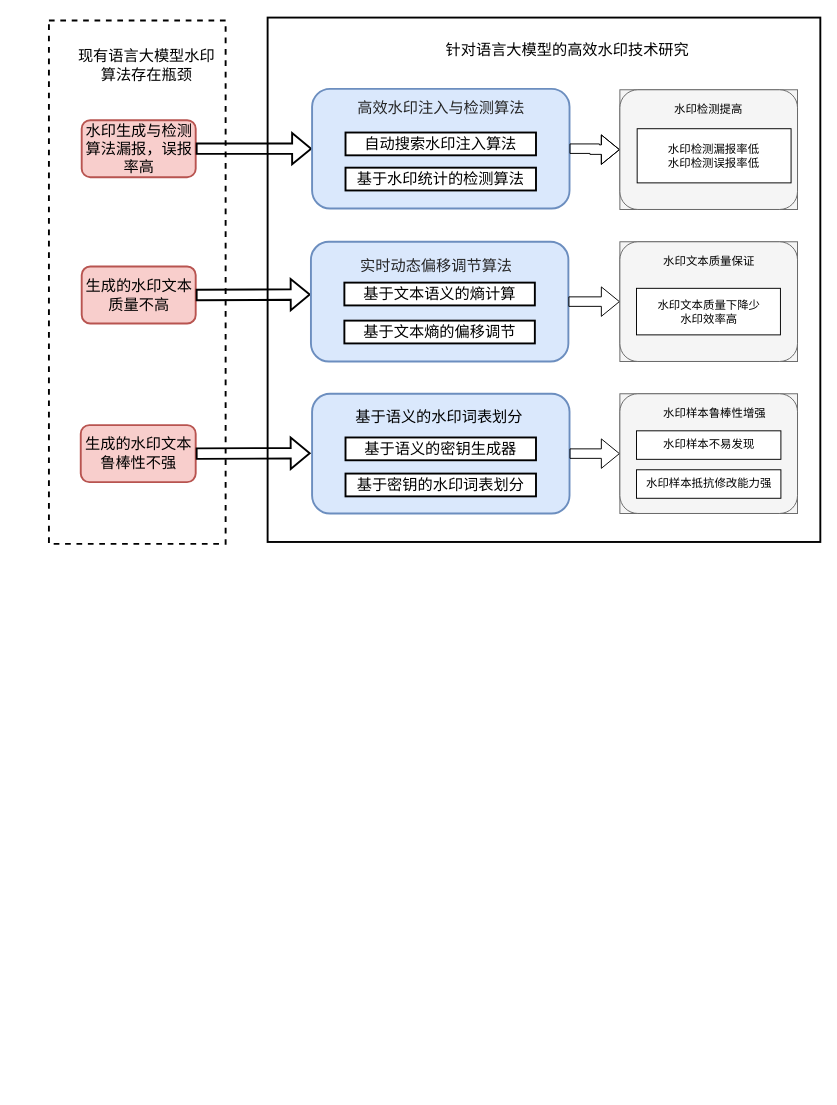
Icathian-Rain/process_maps keeps this draw.io diagram as watermark1118.drawio. Above is the earlier version. Source tidied: cells renumbered, new cells numbered last; positions are measured from the earlier drawing's top-left corner, leaving out a move shared by most shapes. Both pictures are drawn from the tidied source at 95%, with x=0, y=0 at pixel (48, 17). Pictures stored in the file or linked from it are replaced by grey dashed boxes.
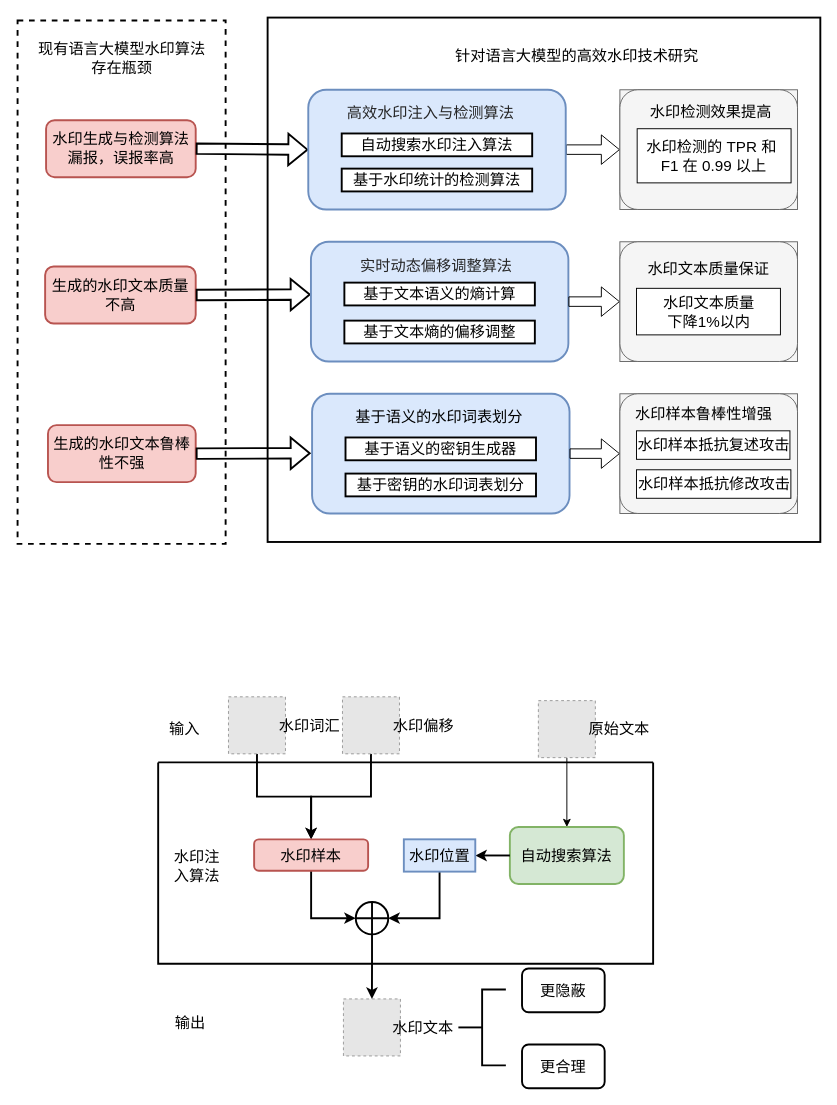
The same page after the edit.

Unchanged cells that the change refers to:
```xml
<mxCell id="22" style="rounded=1;whiteSpace=wrap;html=1;fontSize=16;fillColor=#dae8fc;strokeColor=#6c8ebf;strokeWidth=2;fontFamily=Times New Roman;" parent="21" vertex="1">
  <mxGeometry width="271" height="126" as="geometry" />
</mxCell>
<mxCell id="27" style="rounded=1;whiteSpace=wrap;html=1;fontSize=16;fillColor=#dae8fc;strokeColor=#6c8ebf;strokeWidth=2;fontFamily=Times New Roman;" parent="26" vertex="1">
  <mxGeometry width="271" height="126" as="geometry" />
</mxCell>
```

Change to the diagram source:
```diff
@@
     <mxCell id="3" style="rounded=0;whiteSpace=wrap;html=1;fillColor=none;dashed=1;fontSize=16;strokeWidth=2;fontFamily=Times New Roman;" parent="1" vertex="1">
-      <mxGeometry y="3" width="186" height="551" as="geometry" />
+      <mxGeometry x="-33" y="3" width="219" height="551" as="geometry" />
     </mxCell>
     <mxCell id="4" value="现有语言大模型水印算法存在瓶颈" style="text;html=1;align=center;verticalAlign=middle;whiteSpace=wrap;rounded=0;fontSize=16;strokeWidth=2;fontFamily=Times New Roman;" parent="1" vertex="1">
-      <mxGeometry x="27" y="35" width="152" height="30" as="geometry" />
+      <mxGeometry x="-17.2" y="28" width="188" height="30" as="geometry" />
     </mxCell>
     <mxCell id="5" value="水印生成与检测算法漏报，误报率高" style="rounded=1;whiteSpace=wrap;html=1;fontSize=16;strokeWidth=2;fillColor=#f8cecc;strokeColor=#b85450;fontFamily=Times New Roman;" parent="1" vertex="1">
-      <mxGeometry x="34.5" y="108" width="120" height="60" as="geometry" />
+      <mxGeometry x="-3" y="108" width="157.5" height="60" as="geometry" />
     </mxCell>
     <mxCell id="6" value="&lt;div style=&quot;font-size: 16px;&quot;&gt;&lt;span style=&quot;background-color: initial; font-size: 16px;&quot;&gt;生成的水印文本质量不高&lt;/span&gt;&lt;/div&gt;" style="rounded=1;whiteSpace=wrap;html=1;fontSize=16;align=center;strokeWidth=2;fillColor=#f8cecc;strokeColor=#b85450;fontFamily=Times New Roman;" parent="1" vertex="1">
-      <mxGeometry x="34.5" y="262" width="120" height="60" as="geometry" />
+      <mxGeometry x="-4" y="262" width="158.5" height="60" as="geometry" />
     </mxCell>
     <mxCell id="7" value="生成的水印文本鲁棒性不强" style="rounded=1;whiteSpace=wrap;html=1;fontSize=16;strokeWidth=2;fillColor=#f8cecc;strokeColor=#b85450;fontFamily=Times New Roman;" parent="1" vertex="1">
-      <mxGeometry x="33.5" y="429" width="121" height="60" as="geometry" />
+      <mxGeometry x="-1" y="429" width="155.5" height="60" as="geometry" />
     </mxCell>
-    <mxCell id="8" value="&lt;p style=&quot;margin-left: 24pt; text-indent: 0cm; line-height: 150%; font-size: 16px;&quot; class=&quot;MsoListParagraph&quot;&gt;&lt;span style=&quot;font-size: 16px; line-height: 150%;&quot;&gt;针对语言大模型的高效水印技术研究&lt;span lang=&quot;EN-US&quot; style=&quot;font-size: 16px;&quot;&gt;&lt;/span&gt;&lt;/span&gt;&lt;/p&gt;" style="text;whiteSpace=wrap;html=1;fontSize=16;strokeWidth=2;fontFamily=Times New Roman;" parent="1" vertex="1">
-      <mxGeometry x="384" width="324" height="56" as="geometry" />
+    <mxCell id="8" value="&lt;p class=&quot;MsoListParagraph&quot; style=&quot;margin-left: 24pt; text-indent: 0cm; line-height: 150%; font-size: 16px;&quot;&gt;&lt;span style=&quot;font-size: 16px; line-height: 150%;&quot;&gt;针对语言大模型的高效水印技术研究&lt;span style=&quot;font-size: 16px;&quot; lang=&quot;EN-US&quot;&gt;&lt;/span&gt;&lt;/span&gt;&lt;/p&gt;" style="text;whiteSpace=wrap;html=1;fontSize=16;strokeWidth=2;fontFamily=Times New Roman;" parent="1" vertex="1">
+      <mxGeometry x="394" y="6" width="324" height="56" as="geometry" />
     </mxCell>
@@
-    <mxCell id="12" style="group;fillColor=#f5f5f5;strokeColor=#666666;fontColor=#333333;" parent="1" vertex="1">
+    <mxCell id="12" style="group;fillColor=#f5f5f5;strokeColor=#666666;fontColor=#333333;fontSize=16;" parent="1" vertex="1">
       <mxGeometry x="601" y="76" width="187" height="126" as="geometry" />
     </mxCell>
-    <mxCell id="13" style="group;fillColor=#f5f5f5;strokeColor=#666666;fontColor=#333333;" parent="1" vertex="1">
+    <mxCell id="13" style="group;fillColor=#f5f5f5;strokeColor=#666666;fontColor=#333333;fontSize=16;" parent="1" vertex="1">
       <mxGeometry x="601" y="236" width="187" height="126" as="geometry" />
     </mxCell>
-    <mxCell id="14" style="group;fillColor=#f5f5f5;strokeColor=#666666;fontColor=#333333;" parent="1" vertex="1">
+    <mxCell id="14" style="group;fillColor=#f5f5f5;strokeColor=#666666;fontColor=#333333;fontSize=16;" parent="1" vertex="1">
       <mxGeometry x="601" y="396" width="187" height="126" as="geometry" />
     </mxCell>
-    <mxCell id="15" style="group;" parent="1" vertex="1">
-      <mxGeometry x="277" y="68" width="335.2" height="647" as="geometry" />
-    </mxCell>
-    <mxCell id="16" style="group;" parent="15" vertex="1">
-      <mxGeometry y="2" width="271" height="126" as="geometry" />
-    </mxCell>
-    <mxCell id="17" style="rounded=1;whiteSpace=wrap;html=1;fontSize=16;fillColor=#dae8fc;strokeColor=#6c8ebf;strokeWidth=2;fontFamily=Times New Roman;" parent="16" vertex="1">
-      <mxGeometry y="5" width="271" height="126" as="geometry" />
-    </mxCell>
-    <mxCell id="18" value="自动搜索水印注入算法" style="rounded=0;whiteSpace=wrap;html=1;fontSize=16;strokeWidth=2;fontFamily=Times New Roman;" parent="16" vertex="1">
-      <mxGeometry x="35.2" y="51" width="200.5" height="24" as="geometry" />
-    </mxCell>
-    <mxCell id="19" value="基于水印统计的检测算法" style="rounded=0;whiteSpace=wrap;html=1;fontSize=16;strokeWidth=2;fontFamily=Times New Roman;" parent="16" vertex="1">
-      <mxGeometry x="35.2" y="88" width="200.5" height="24" as="geometry" />
-    </mxCell>
-    <mxCell id="20" value="&lt;span style=&quot;color: rgb(38, 38, 38); font-size: 16px; font-style: normal; font-variant-ligatures: none; font-variant-caps: normal; font-weight: 400; letter-spacing: normal; orphans: 2; text-align: start; text-indent: 0px; text-transform: none; widows: 2; word-spacing: 0px; -webkit-text-stroke-width: 0px; white-space: break-spaces; text-decoration-thickness: initial; text-decoration-style: initial; text-decoration-color: initial; float: none; display: inline !important;&quot;&gt;高效水印注入与检测算法&lt;/span&gt;" style="text;whiteSpace=wrap;html=1;fontSize=16;strokeWidth=2;fillColor=none;labelBackgroundColor=none;fontFamily=Times New Roman;" parent="16" vertex="1">
-      <mxGeometry x="46" y="9" width="179" height="34" as="geometry" />
-    </mxCell>
-    <mxCell id="21" style="group;" parent="1" vertex="1">
+    <mxCell id="21" style="group;fontSize=16;" parent="1" vertex="1">
       <mxGeometry x="275.8" y="236" width="271" height="126" as="geometry" />
     </mxCell>
@@
-    <mxCell id="23" value="&lt;span style=&quot;color: rgb(38, 38, 38); font-size: 16px; font-style: normal; font-variant-ligatures: none; font-variant-caps: normal; font-weight: 400; letter-spacing: normal; orphans: 2; text-align: start; text-indent: 0px; text-transform: none; widows: 2; word-spacing: 0px; -webkit-text-stroke-width: 0px; white-space: break-spaces; text-decoration-thickness: initial; text-decoration-style: initial; text-decoration-color: initial; float: none; display: inline !important;&quot;&gt;实时动态偏移调节算法&lt;/span&gt;" style="text;whiteSpace=wrap;html=1;fontSize=16;strokeWidth=2;labelBackgroundColor=none;fontFamily=Times New Roman;" parent="21" vertex="1">
+    <mxCell id="23" value="&lt;span style=&quot;color: rgb(38, 38, 38); font-size: 16px; font-style: normal; font-variant-ligatures: none; font-variant-caps: normal; font-weight: 400; letter-spacing: normal; orphans: 2; text-align: start; text-indent: 0px; text-transform: none; widows: 2; word-spacing: 0px; -webkit-text-stroke-width: 0px; white-space: break-spaces; text-decoration-thickness: initial; text-decoration-style: initial; text-decoration-color: initial; float: none; display: inline !important;&quot;&gt;实时动态偏移调整算法&lt;/span&gt;" style="text;whiteSpace=wrap;html=1;fontSize=16;strokeWidth=2;labelBackgroundColor=none;fontFamily=Times New Roman;" parent="21" vertex="1">
       <mxGeometry x="50.2" y="9" width="167.2" height="34" as="geometry" />
     </mxCell>
@@
-    <mxCell id="25" value="基于文本熵的偏移调节" style="rounded=0;whiteSpace=wrap;html=1;fontSize=16;strokeWidth=2;fontFamily=Times New Roman;" parent="21" vertex="1">
+    <mxCell id="25" value="基于文本熵的偏移调整" style="rounded=0;whiteSpace=wrap;html=1;fontSize=16;strokeWidth=2;fontFamily=Times New Roman;" parent="21" vertex="1">
       <mxGeometry x="35.2" y="83" width="200.5" height="24" as="geometry" />
     </mxCell>
-    <mxCell id="26" style="group;" parent="1" vertex="1">
+    <mxCell id="26" style="group;fontSize=16;" parent="1" vertex="1">
       <mxGeometry x="277" y="396" width="271" height="126" as="geometry" />
     </mxCell>
@@
-    <mxCell id="31" style="edgeStyle=orthogonalEdgeStyle;rounded=0;jettySize=auto;html=1;exitX=1;exitY=0.5;exitDx=0;exitDy=0;entryX=0;entryY=0.5;entryDx=0;entryDy=0;shape=flexArrow;" parent="1" edge="1" source="17" target="34">
+    <mxCell id="31" style="edgeStyle=orthogonalEdgeStyle;rounded=0;jettySize=auto;html=1;exitX=1;exitY=0.5;exitDx=0;exitDy=0;entryX=0;entryY=0.5;entryDx=0;entryDy=0;shape=flexArrow;fontSize=16;" parent="1" edge="1" source="17" target="34">
       <mxGeometry relative="1" as="geometry" />
     </mxCell>
-    <mxCell id="32" style="edgeStyle=orthogonalEdgeStyle;rounded=0;jettySize=auto;html=1;exitX=1;exitY=0.5;exitDx=0;exitDy=0;shape=flexArrow;" parent="1" edge="1" source="22" target="37">
+    <mxCell id="32" style="edgeStyle=orthogonalEdgeStyle;rounded=0;jettySize=auto;html=1;exitX=1;exitY=0.5;exitDx=0;exitDy=0;shape=flexArrow;fontSize=16;" parent="1" edge="1" source="22" target="37">
       <mxGeometry relative="1" as="geometry" />
     </mxCell>
-    <mxCell id="33" style="edgeStyle=orthogonalEdgeStyle;rounded=0;jettySize=auto;html=1;exitX=1;exitY=0.5;exitDx=0;exitDy=0;entryX=0;entryY=0.5;entryDx=0;entryDy=0;shape=flexArrow;" parent="1" edge="1" source="27" target="40">
+    <mxCell id="33" style="edgeStyle=orthogonalEdgeStyle;rounded=0;jettySize=auto;html=1;exitX=1;exitY=0.5;exitDx=0;exitDy=0;entryX=0;entryY=0.5;entryDx=0;entryDy=0;shape=flexArrow;fontSize=16;" parent="1" edge="1" source="27" target="40">
       <mxGeometry relative="1" as="geometry" />
     </mxCell>
-    <mxCell id="34" style="rounded=1;whiteSpace=wrap;html=1;fillColor=#f5f5f5;fontColor=#333333;strokeColor=#666666;" parent="1" vertex="1">
+    <mxCell id="34" style="rounded=1;whiteSpace=wrap;html=1;fillColor=#f5f5f5;fontColor=#333333;strokeColor=#666666;fontSize=16;" parent="1" vertex="1">
       <mxGeometry x="601" y="76" width="187" height="126" as="geometry" />
     </mxCell>
-    <mxCell id="35" value="水印检测提高" style="text;html=1;align=center;verticalAlign=middle;whiteSpace=wrap;rounded=0;" parent="1" vertex="1">
-      <mxGeometry x="651" y="82" width="87" height="30" as="geometry" />
+    <mxCell id="35" value="水印检测效果提高" style="text;html=1;align=center;verticalAlign=middle;whiteSpace=wrap;rounded=0;fontSize=16;" parent="1" vertex="1">
+      <mxGeometry x="629" y="84" width="136" height="30" as="geometry" />
     </mxCell>
-    <mxCell id="36" value="水印检测漏报率低&lt;div&gt;水印检测误报率低&lt;/div&gt;" style="rounded=0;whiteSpace=wrap;html=1;" parent="1" vertex="1">
+    <mxCell id="36" value="水印检测的 TPR 和&amp;nbsp;&lt;div&gt;F1 在 0.99 以上&lt;/div&gt;" style="rounded=0;whiteSpace=wrap;html=1;fontSize=16;" parent="1" vertex="1">
       <mxGeometry x="619.2" y="117" width="162" height="57" as="geometry" />
     </mxCell>
-    <mxCell id="37" style="rounded=1;whiteSpace=wrap;html=1;fillColor=#f5f5f5;fontColor=#333333;strokeColor=#666666;" parent="1" vertex="1">
+    <mxCell id="37" style="rounded=1;whiteSpace=wrap;html=1;fillColor=#f5f5f5;fontColor=#333333;strokeColor=#666666;fontSize=16;" parent="1" vertex="1">
       <mxGeometry x="601" y="236" width="187" height="126" as="geometry" />
     </mxCell>
-    <mxCell id="38" value="水印文本质量保证" style="text;html=1;align=center;verticalAlign=middle;whiteSpace=wrap;rounded=0;" parent="1" vertex="1">
-      <mxGeometry x="644.5" y="242" width="100" height="30" as="geometry" />
+    <mxCell id="38" value="水印文本质量保证" style="text;html=1;align=center;verticalAlign=middle;whiteSpace=wrap;rounded=0;fontSize=16;" parent="1" vertex="1">
+      <mxGeometry x="629.2" y="249" width="130.5" height="30" as="geometry" />
     </mxCell>
-    <mxCell id="39" value="水印文本质量下降少&lt;div&gt;水印效率高&lt;/div&gt;" style="rounded=0;whiteSpace=wrap;html=1;" parent="1" vertex="1">
+    <mxCell id="39" value="水印文本质量&lt;div&gt;下降1%以内&lt;/div&gt;" style="rounded=0;whiteSpace=wrap;html=1;fontSize=16;" parent="1" vertex="1">
       <mxGeometry x="618.5" y="285" width="151.5" height="49" as="geometry" />
     </mxCell>
-    <mxCell id="40" style="rounded=1;whiteSpace=wrap;html=1;fillColor=#f5f5f5;fontColor=#333333;strokeColor=#666666;" parent="1" vertex="1">
+    <mxCell id="40" style="rounded=1;whiteSpace=wrap;html=1;fillColor=#f5f5f5;fontColor=#333333;strokeColor=#666666;fontSize=16;" parent="1" vertex="1">
       <mxGeometry x="601" y="396" width="187" height="126" as="geometry" />
     </mxCell>
-    <mxCell id="41" value="水印样本鲁棒性增强" style="text;html=1;align=center;verticalAlign=middle;whiteSpace=wrap;rounded=0;" parent="1" vertex="1">
-      <mxGeometry x="644.5" y="402" width="111.5" height="30" as="geometry" />
+    <mxCell id="41" value="水印样本鲁棒性增强" style="text;html=1;align=center;verticalAlign=middle;whiteSpace=wrap;rounded=0;fontSize=16;" parent="1" vertex="1">
+      <mxGeometry x="614" y="402" width="151" height="30" as="geometry" />
     </mxCell>
-    <mxCell id="42" value="水印样本不易发现" style="rounded=0;whiteSpace=wrap;html=1;" parent="1" vertex="1">
-      <mxGeometry x="618.5" y="435" width="152" height="30" as="geometry" />
+    <mxCell id="42" value="水印样本抵抗复述攻击" style="rounded=0;whiteSpace=wrap;html=1;fontSize=16;" parent="1" vertex="1">
+      <mxGeometry x="618.5" y="435" width="161.5" height="30" as="geometry" />
     </mxCell>
-    <mxCell id="43" value="水印样本抵抗修改能力强" style="rounded=0;whiteSpace=wrap;html=1;" parent="1" vertex="1">
-      <mxGeometry x="618.5" y="476" width="152" height="30" as="geometry" />
+    <mxCell id="43" value="水印样本抵抗修改攻击" style="rounded=0;whiteSpace=wrap;html=1;fontSize=16;" parent="1" vertex="1">
+      <mxGeometry x="618.5" y="476" width="162.5" height="30" as="geometry" />
     </mxCell>
+    <mxCell id="16" style="group;fontSize=16;" parent="1" vertex="1">
+      <mxGeometry x="273" y="71" width="271" height="126" as="geometry" />
+    </mxCell>
+    <mxCell id="17" style="rounded=1;whiteSpace=wrap;html=1;fontSize=16;fillColor=#dae8fc;strokeColor=#6c8ebf;strokeWidth=2;fontFamily=Times New Roman;" parent="16" vertex="1">
+      <mxGeometry y="5" width="271" height="126" as="geometry" />
+    </mxCell>
+    <mxCell id="18" value="自动搜索水印注入算法" style="rounded=0;whiteSpace=wrap;html=1;fontSize=16;strokeWidth=2;fontFamily=Times New Roman;" parent="16" vertex="1">
+      <mxGeometry x="35.2" y="51" width="200.5" height="24" as="geometry" />
+    </mxCell>
+    <mxCell id="19" value="基于水印统计的检测算法" style="rounded=0;whiteSpace=wrap;html=1;fontSize=16;strokeWidth=2;fontFamily=Times New Roman;" parent="16" vertex="1">
+      <mxGeometry x="35.2" y="88" width="200.5" height="24" as="geometry" />
+    </mxCell>
+    <mxCell id="20" value="&lt;span style=&quot;color: rgb(38, 38, 38); font-size: 16px; font-style: normal; font-variant-ligatures: none; font-variant-caps: normal; font-weight: 400; letter-spacing: normal; orphans: 2; text-align: start; text-indent: 0px; text-transform: none; widows: 2; word-spacing: 0px; -webkit-text-stroke-width: 0px; white-space: break-spaces; text-decoration-thickness: initial; text-decoration-style: initial; text-decoration-color: initial; float: none; display: inline !important;&quot;&gt;高效水印注入与检测算法&lt;/span&gt;" style="text;whiteSpace=wrap;html=1;fontSize=16;strokeWidth=2;fillColor=none;labelBackgroundColor=none;fontFamily=Times New Roman;" parent="16" vertex="1">
+      <mxGeometry x="39" y="13" width="185" height="27" as="geometry" />
+    </mxCell>
+    <mxCell id="44" style="swimlane;startSize=0;fontSize=16;strokeWidth=2;" parent="1" vertex="1">
+      <mxGeometry x="115" y="784" width="521" height="212" as="geometry" />
+    </mxCell>
+    <mxCell id="45" value="水印注入算法" style="text;html=1;align=center;verticalAlign=middle;whiteSpace=wrap;rounded=0;fontSize=16;strokeWidth=2;" parent="44" vertex="1">
+      <mxGeometry x="11" y="91" width="60" height="35" as="geometry" />
+    </mxCell>
+    <mxCell id="46" value="自动搜索算法" style="rounded=1;whiteSpace=wrap;html=1;fontSize=16;strokeWidth=2;fillColor=#d5e8d4;strokeColor=#82b366;" parent="44" vertex="1">
+      <mxGeometry x="370.2" y="68" width="120" height="60" as="geometry" />
+    </mxCell>
+    <mxCell id="47" style="edgeStyle=orthogonalEdgeStyle;rounded=0;jettySize=auto;html=1;exitX=0.5;exitY=1;exitDx=0;exitDy=0;entryX=0.5;entryY=0;entryDx=0;entryDy=0;fontSize=16;strokeWidth=2;" parent="1" edge="1" source="48" target="64">
+      <mxGeometry relative="1" as="geometry" />
+    </mxCell>
+    <mxCell id="48" style="fillColor=#E6E6E6;strokeColor=#999999;dashed=1;verticalLabelPosition=bottom;labelBackgroundColor=default;verticalAlign=top;fontSize=16;" parent="1" vertex="1">
+      <mxGeometry x="189" y="715" width="60" height="60" as="geometry" />
+    </mxCell>
+    <mxCell id="49" value="水印词汇" style="text;html=1;align=center;verticalAlign=middle;whiteSpace=wrap;rounded=0;fontSize=16;strokeWidth=2;" parent="1" vertex="1">
+      <mxGeometry x="240" y="722.5" width="69" height="45" as="geometry" />
+    </mxCell>
+    <mxCell id="50" style="edgeStyle=orthogonalEdgeStyle;rounded=0;jettySize=auto;html=1;exitX=0.5;exitY=1;exitDx=0;exitDy=0;fontSize=16;strokeWidth=2;" parent="1" edge="1" source="51" target="64">
+      <mxGeometry relative="1" as="geometry" />
+    </mxCell>
+    <mxCell id="51" style="fillColor=#E6E6E6;strokeColor=#999999;dashed=1;verticalLabelPosition=bottom;labelBackgroundColor=default;verticalAlign=top;fontSize=16;" parent="1" vertex="1">
+      <mxGeometry x="309" y="715" width="60" height="60" as="geometry" />
+    </mxCell>
+    <mxCell id="52" value="水印偏移" style="text;html=1;align=center;verticalAlign=middle;whiteSpace=wrap;rounded=0;fontSize=16;strokeWidth=2;" parent="1" vertex="1">
+      <mxGeometry x="360" y="722.5" width="69" height="45" as="geometry" />
+    </mxCell>
+    <mxCell id="53" style="edgeStyle=orthogonalEdgeStyle;rounded=0;jettySize=auto;html=1;exitX=0.5;exitY=1;exitDx=0;exitDy=0;" parent="1" edge="1" source="54" target="46">
+      <mxGeometry relative="1" as="geometry" />
+    </mxCell>
+    <mxCell id="54" style="fillColor=#E6E6E6;strokeColor=#999999;dashed=1;verticalLabelPosition=bottom;labelBackgroundColor=default;verticalAlign=top;fontSize=16;" parent="1" vertex="1">
+      <mxGeometry x="515.2" y="719" width="60" height="60" as="geometry" />
+    </mxCell>
+    <mxCell id="55" value="原始文本" style="text;html=1;align=center;verticalAlign=middle;whiteSpace=wrap;rounded=0;fontSize=16;strokeWidth=2;" parent="1" vertex="1">
+      <mxGeometry x="566.2" y="726.5" width="68.8" height="45" as="geometry" />
+    </mxCell>
+    <mxCell id="56" style="fillColor=#E6E6E6;strokeColor=#999999;dashed=1;verticalLabelPosition=bottom;labelBackgroundColor=default;verticalAlign=top;fontSize=16;" parent="1" vertex="1">
+      <mxGeometry x="310" y="1033" width="60" height="60" as="geometry" />
+    </mxCell>
+    <mxCell id="57" value="水印文本" style="text;html=1;align=center;verticalAlign=middle;whiteSpace=wrap;rounded=0;fontSize=16;strokeWidth=2;" parent="1" vertex="1">
+      <mxGeometry x="361" y="1040.5" width="66" height="45" as="geometry" />
+    </mxCell>
+    <mxCell id="58" style="edgeStyle=orthogonalEdgeStyle;rounded=0;jettySize=auto;html=1;exitX=0.5;exitY=1;exitDx=0;exitDy=0;entryX=0.5;entryY=0;entryDx=0;entryDy=0;fontSize=16;strokeWidth=2;" parent="1" edge="1" source="67" target="56">
+      <mxGeometry relative="1" as="geometry" />
+    </mxCell>
+    <mxCell id="59" style="strokeWidth=2;html=1;shape=mxgraph.flowchart.annotation_2;align=left;labelPosition=right;fontSize=16;" parent="1" vertex="1">
+      <mxGeometry x="431" y="1023" width="50" height="80" as="geometry" />
+    </mxCell>
+    <mxCell id="60" value="更隐蔽" style="rounded=1;whiteSpace=wrap;html=1;fontSize=16;strokeWidth=2;" parent="1" vertex="1">
+      <mxGeometry x="498" y="1001" width="87" height="46" as="geometry" />
+    </mxCell>
+    <mxCell id="61" value="更合理" style="rounded=1;whiteSpace=wrap;html=1;fontSize=16;strokeWidth=2;" parent="1" vertex="1">
+      <mxGeometry x="498" y="1081" width="87" height="46" as="geometry" />
+    </mxCell>
+    <mxCell id="62" style="edgeStyle=orthogonalEdgeStyle;rounded=0;jettySize=auto;html=1;exitX=0;exitY=0.5;exitDx=0;exitDy=0;entryX=1;entryY=0.5;entryDx=0;entryDy=0;fontSize=16;strokeWidth=2;" parent="1" edge="1" source="46" target="66">
+      <mxGeometry relative="1" as="geometry" />
+    </mxCell>
+    <mxCell id="63" style="edgeStyle=orthogonalEdgeStyle;rounded=0;jettySize=auto;html=1;exitX=0.5;exitY=1;exitDx=0;exitDy=0;entryX=0;entryY=0.5;entryDx=0;entryDy=0;fontSize=16;strokeWidth=2;" parent="1" edge="1" source="64" target="67">
+      <mxGeometry relative="1" as="geometry" />
+    </mxCell>
+    <mxCell id="64" value="水印样本" style="rounded=1;whiteSpace=wrap;html=1;fontSize=16;strokeWidth=2;fillColor=#f8cecc;strokeColor=#b85450;" parent="1" vertex="1">
+      <mxGeometry x="216" y="865" width="120" height="33" as="geometry" />
+    </mxCell>
+    <mxCell id="65" style="edgeStyle=orthogonalEdgeStyle;rounded=0;jettySize=auto;html=1;exitX=0.5;exitY=1;exitDx=0;exitDy=0;entryX=1;entryY=0.5;entryDx=0;entryDy=0;fontSize=16;strokeWidth=2;" parent="1" edge="1" source="66" target="67">
+      <mxGeometry relative="1" as="geometry" />
+    </mxCell>
+    <mxCell id="66" value="水印位置" style="rounded=0;whiteSpace=wrap;html=1;fontSize=16;strokeWidth=2;fillColor=#dae8fc;strokeColor=#6c8ebf;" parent="1" vertex="1">
+      <mxGeometry x="373.6" y="865" width="75.2" height="34" as="geometry" />
+    </mxCell>
+    <mxCell id="67" style="shape=orEllipse;perimeter=ellipsePerimeter;whiteSpace=wrap;html=1;backgroundOutline=1;fontSize=16;strokeWidth=2;" parent="1" vertex="1">
+      <mxGeometry x="323" y="931" width="34.2" height="34" as="geometry" />
+    </mxCell>
+    <mxCell id="68" value="输入" style="text;html=1;align=center;verticalAlign=middle;whiteSpace=wrap;rounded=0;fontSize=16;strokeWidth=2;" parent="1" vertex="1">
+      <mxGeometry x="113" y="734" width="60" height="30" as="geometry" />
+    </mxCell>
+    <mxCell id="69" value="输出" style="text;html=1;align=center;verticalAlign=middle;whiteSpace=wrap;rounded=0;fontSize=16;strokeWidth=2;" parent="1" vertex="1">
+      <mxGeometry x="119" y="1043" width="60" height="30" as="geometry" />
+    </mxCell>
```
